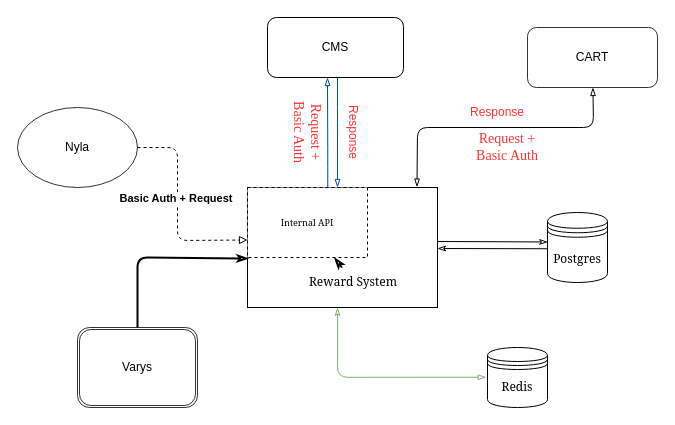
The draw.io diagram gradle/wrapper/Untitled Diagram.drawio in Kumaravinash9/Wifi-Direct, before the edit. Source tidied: cells renumbered, new cells numbered last; positions are measured from the earlier drawing's top-left corner, leaving out a move shared by most shapes. Both pictures are drawn from the tidied source at 100%, with x=0, y=0 at pixel (17, 17).
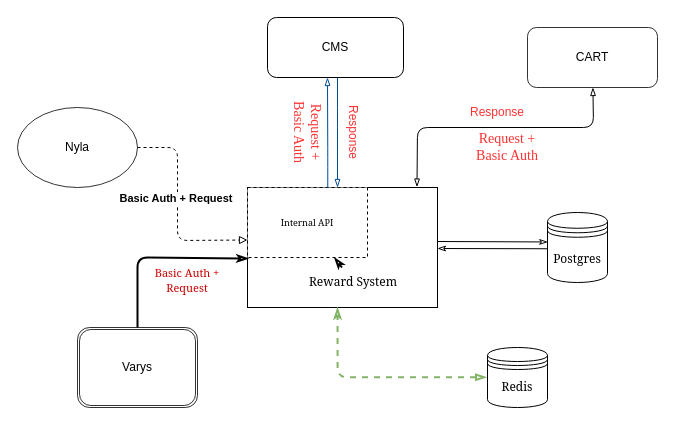
After the change.

Unchanged cells that the change refers to:
```xml
<mxCell id="2" value="&lt;pre&gt;&lt;br&gt;&lt;/pre&gt;" style="rounded=0;whiteSpace=wrap;html=1;shadow=0;" parent="1" vertex="1">
  <mxGeometry x="230" y="170" width="190" height="120" as="geometry" />
</mxCell>
<mxCell id="12" value="&lt;font face=&quot;Georgia&quot;&gt;Redis&lt;/font&gt;" style="shape=datastore;whiteSpace=wrap;html=1;shadow=0;" parent="1" vertex="1">
  <mxGeometry x="470" y="330" width="60" height="60" as="geometry" />
</mxCell>
```

Diff of the diagram source:
```diff
@@
-    <mxCell id="11" style="edgeStyle=segmentEdgeStyle;endArrow=classicThin;html=1;strokeWidth=1;endFill=0;strokeColor=#82b366;fillColor=#d5e8d4;startArrow=blockThin;startFill=0;entryX=0.474;entryY=1;entryDx=0;entryDy=0;entryPerimeter=0;exitX=-0.02;exitY=0.496;exitDx=0;exitDy=0;exitPerimeter=0;" parent="1" edge="1" source="12" target="2">
+    <mxCell id="11" style="edgeStyle=segmentEdgeStyle;endArrow=classicThin;html=1;strokeWidth=2;endFill=0;strokeColor=#82b366;fillColor=#d5e8d4;startArrow=blockThin;startFill=0;entryX=0.474;entryY=1;entryDx=0;entryDy=0;entryPerimeter=0;exitX=-0.02;exitY=0.496;exitDx=0;exitDy=0;exitPerimeter=0;dashed=1;" parent="1" edge="1" source="12" target="2">
       <mxGeometry relative="1" as="geometry">
         <Array as="points">
           <mxPoint x="320" y="360" />
         </Array>
       </mxGeometry>
     </mxCell>
@@
+    <mxCell id="27" value="&lt;font style=&quot;font-size: 11px&quot; face=&quot;Georgia&quot; color=&quot;#cc0000&quot;&gt;Basic Auth + Request&lt;/font&gt;" style="text;html=1;strokeColor=none;fillColor=none;align=center;verticalAlign=middle;whiteSpace=wrap;rounded=0;shadow=0;opacity=80;" parent="1" vertex="1">
+      <mxGeometry x="120" y="250" width="100" height="25" as="geometry" />
+    </mxCell>
```
